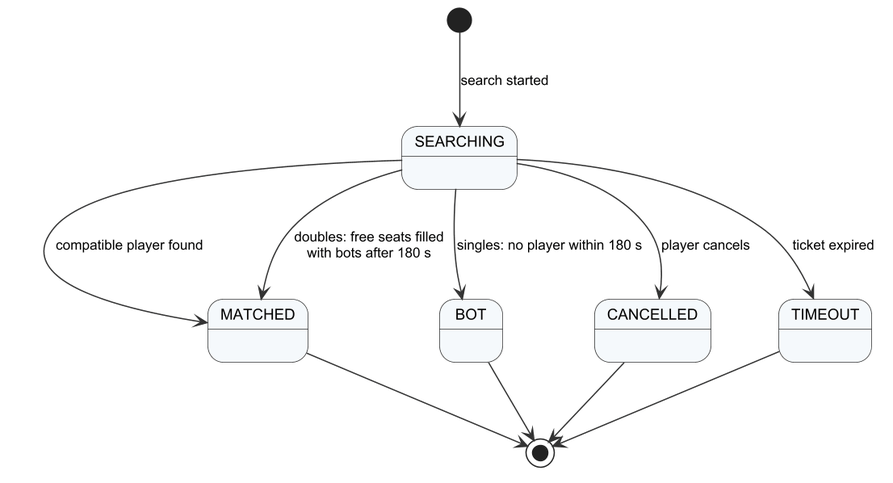
Above: Doc/Project_report/Report/diagrams/png/r4_sm_search.png in Tad-Min/PickleVerse (PlantUML), before the change.
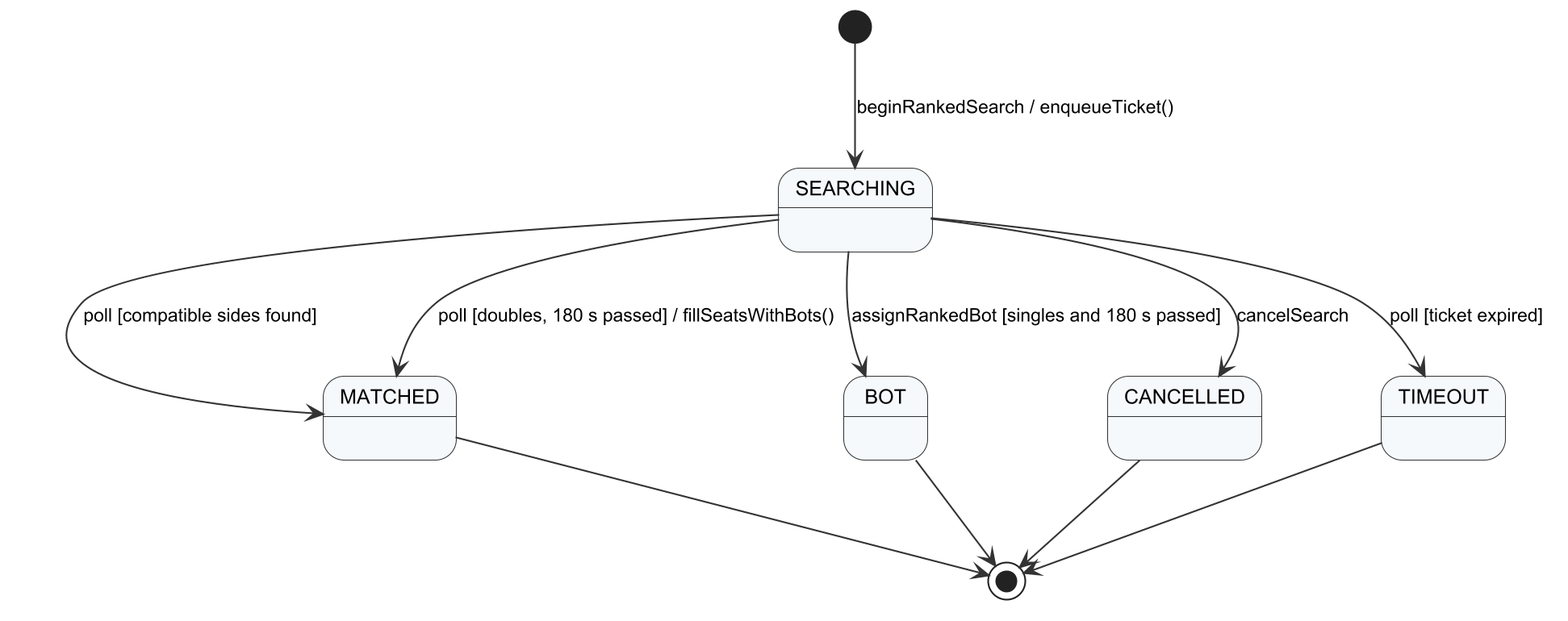
Later version of the same file.

The edit, as a diff of the source:
```diff
@@ -1,11 +1,11 @@
 @startuml r4_sm_search
 !include _style.iuml
-[*] --> SEARCHING : search started
-SEARCHING --> MATCHED : compatible player found
-SEARCHING --> BOT : singles: no player within 180 s
-SEARCHING --> MATCHED : doubles: free seats filled\nwith bots after 180 s
-SEARCHING --> CANCELLED : player cancels
-SEARCHING --> TIMEOUT : ticket expired
+[*] --> SEARCHING : beginRankedSearch / enqueueTicket()
+SEARCHING --> MATCHED : poll [compatible sides found]
+SEARCHING --> BOT : assignRankedBot [singles and 180 s passed]
+SEARCHING --> MATCHED : poll [doubles, 180 s passed] / fillSeatsWithBots()
+SEARCHING --> CANCELLED : cancelSearch
+SEARCHING --> TIMEOUT : poll [ticket expired]
 MATCHED --> [*]
 BOT --> [*]
 CANCELLED --> [*]
```
